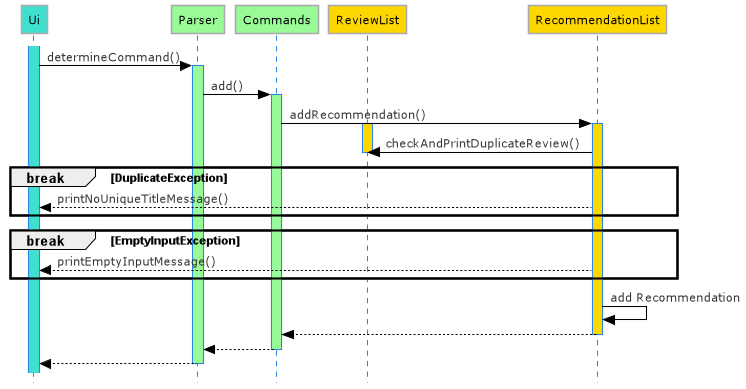
Above: docs/diagrams/Add_Reco_Sequence_Diagram.png in nus-cs2113-AY2021S2/tp (PlantUML), before the change.
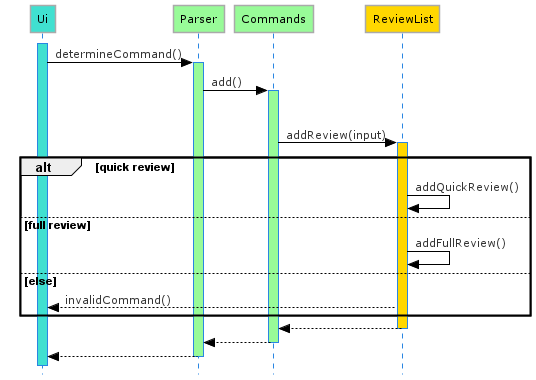
Later version of the same file.

The edit, as a diff of the source:
```diff
@@ -1,4 +1,4 @@
-@startuml Add_Sequence_Diagram
+@startuml Add_Reco_Sequence_Diagram
 !define LIGHTBLUE
 !includeurl https://raw.githubusercontent.com/Drakemor/RedDress-PlantUML/master/style.puml
 skinparam style strictuml
@@ -7,7 +7,6 @@
 participant Parser #PaleGreen
 participant Commands #PaleGreen
 participant ReviewList #Gold
-participant RecommendationList #Gold
 
 activate Ui #Turquoise
 Ui -> Parser : determineCommand()
@@ -15,27 +14,22 @@
 
 Parser -> Commands : add()
 activate Commands #PaleGreen
-    Commands -> RecommendationList : addRecommendation()
-    activate RecommendationList #Gold
-     activate ReviewList #Gold
 
-        RecommendationList-> ReviewList: checkAndPrintDuplicateReview()
+alt isReviewMode
+    Commands -> ReviewList : addReview(input)
+    activate ReviewList #Gold
 
-     deactivate ReviewList
+    alt quick review
+        ReviewList -> ReviewList : addQuickReview()
 
-    break DuplicateException
-        RecommendationList --> Ui : printNoUniqueTitleMessage()
+    else full review
+        ReviewList -> ReviewList : addFullReview()
+
+    else else
+        ReviewList --> Ui : invalidCommand()
     end
-
-    break EmptyInputException
-        RecommendationList --> Ui : printEmptyInputMessage()
-    end
-        RecommendationList -> RecommendationList : add Recommendation
-
-RecommendationList --> Commands
-deactivate RecommendationList
-
-
+    ReviewList --> Commands
+    deactivate ReviewList
 Commands --> Parser
 deactivate Commands
 Parser --> Ui
```
